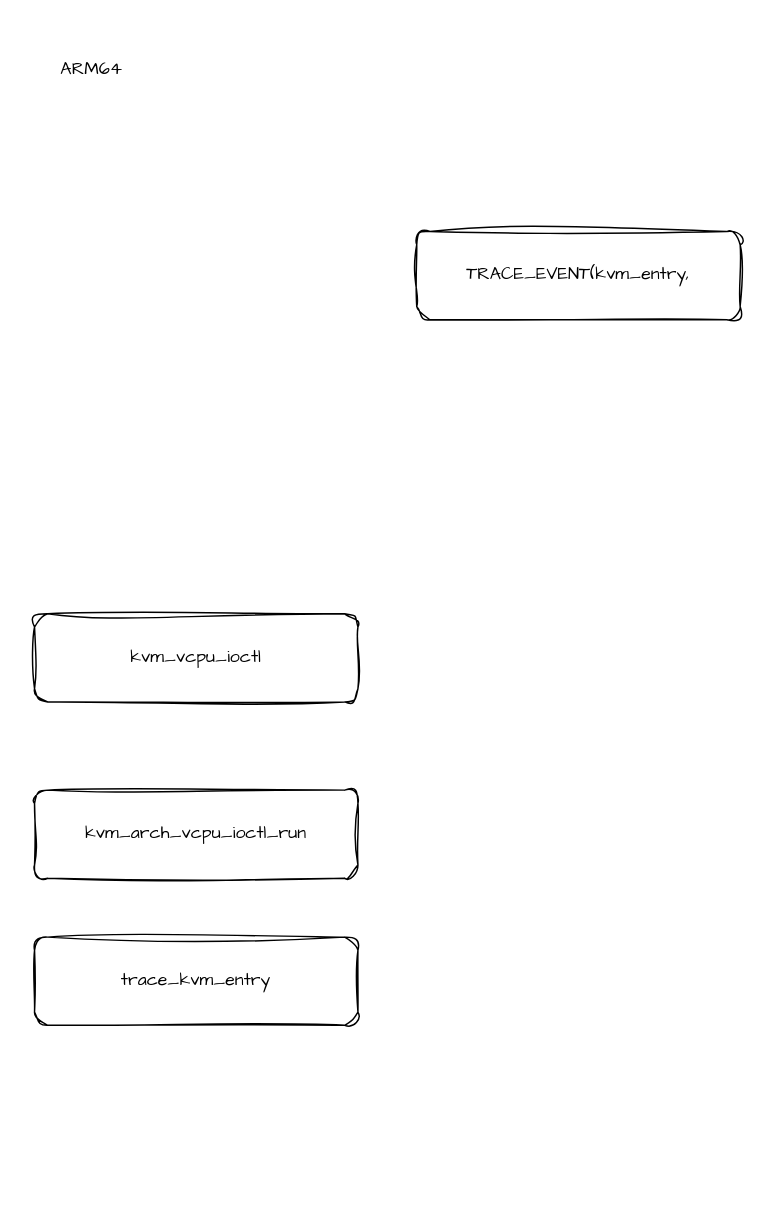
Above: kvm_tracepoint.drawio in hubblezzhu/riscv-native-os (draw.io), before the change. Source tidied: cells renumbered, new cells numbered last; positions are measured from the earlier drawing's top-left corner, leaving out a move shared by most shapes. Both pictures are drawn from the tidied source at 147%, with x=0, y=0 at pixel (25, 25).
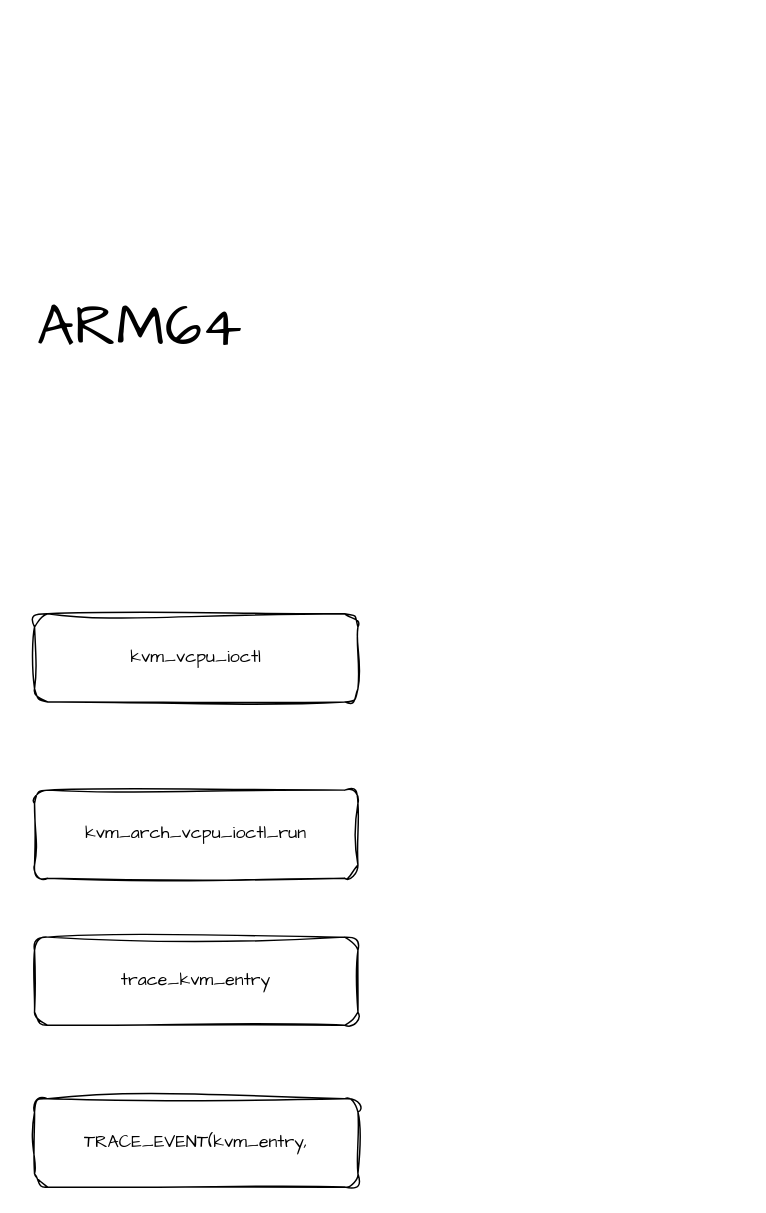
Above is the later version.

Change to the diagram source:
```diff
@@
 <mxGraphModel>
   <root>
     <mxCell id="0" />
     <mxCell id="1" parent="0" />
     <mxCell id="2" value="TRACE_EVENT(kvm_entry," style="rounded=1;whiteSpace=wrap;html=1;sketch=1;curveFitting=1;jiggle=2;fontFamily=Comic Sans MS;" parent="1" vertex="1">
-      <mxGeometry x="266" y="140" width="220" height="60" as="geometry" />
+      <mxGeometry x="6" y="730" width="220" height="60" as="geometry" />
     </mxCell>
-    <mxCell id="3" value="ARM64" style="text;html=1;align=center;verticalAlign=middle;whiteSpace=wrap;rounded=0;sketch=1;curveFitting=1;jiggle=2;fontFamily=Comic Sans MS;" parent="1" vertex="1">
-      <mxGeometry width="90" height="60" as="geometry" />
+    <mxCell id="3" value="&lt;font style=&quot;font-size: 40px;&quot;&gt;ARM64&lt;/font&gt;" style="text;html=1;align=left;verticalAlign=middle;whiteSpace=wrap;rounded=0;sketch=1;curveFitting=1;jiggle=2;fontFamily=Comic Sans MS;" parent="1" vertex="1">
+      <mxGeometry x="6" y="160" width="190" height="90" as="geometry" />
     </mxCell>
     <mxCell id="4" value="trace_kvm_entry" style="rounded=1;whiteSpace=wrap;html=1;sketch=1;curveFitting=1;jiggle=2;fontFamily=Comic Sans MS;" parent="1" vertex="1">
       <mxGeometry x="6" y="620" width="220" height="60" as="geometry" />
     </mxCell>
     <mxCell id="5" value="kvm_arch_vcpu_ioctl_run" style="rounded=1;whiteSpace=wrap;html=1;sketch=1;curveFitting=1;jiggle=2;fontFamily=Comic Sans MS;" parent="1" vertex="1">
       <mxGeometry x="6" y="520" width="220" height="60" as="geometry" />
     </mxCell>
     <mxCell id="6" value="kvm_vcpu_ioctl" style="rounded=1;whiteSpace=wrap;html=1;sketch=1;curveFitting=1;jiggle=2;fontFamily=Comic Sans MS;" parent="1" vertex="1">
       <mxGeometry x="6" y="400" width="220" height="60" as="geometry" />
     </mxCell>
   </root>
 </mxGraphModel>
```
